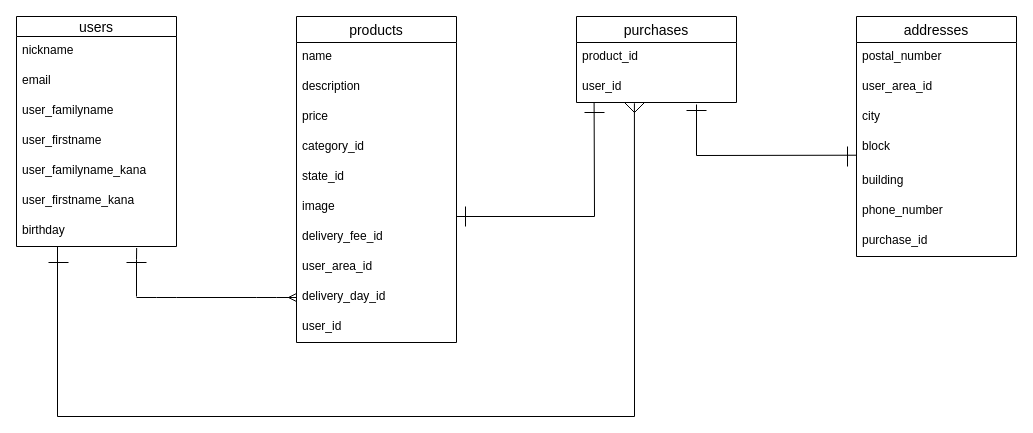
Above: furima.dio in manyomanyo/furima-35158 (draw.io), before the change. Source tidied: cells renumbered, new cells numbered last; positions are measured from the earlier drawing's top-left corner, leaving out a move shared by most shapes. Both pictures are drawn from the tidied source at 100%, with x=0, y=0 at pixel (16, 16).
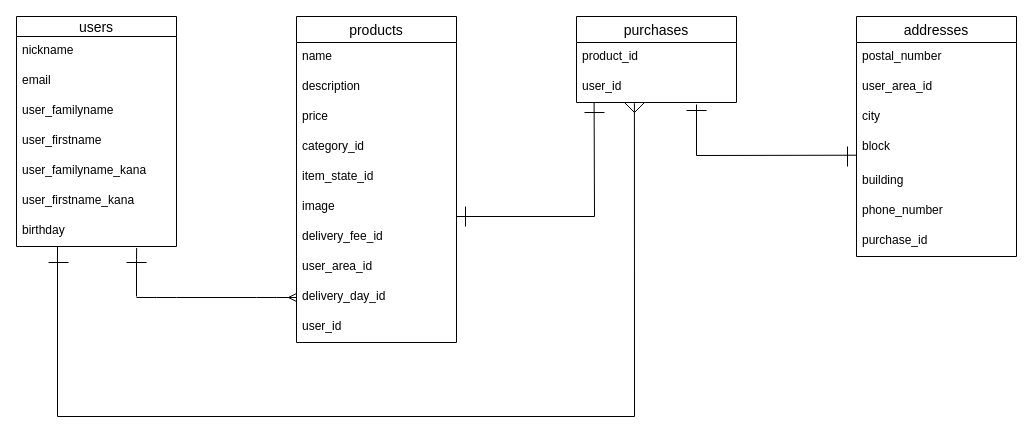
The same diagram, later.

The change refers to these unchanged cells:
```xml
<mxCell id="10" value="products" style="swimlane;fontStyle=0;horizontal=1;startSize=26;align=center;fontSize=14;" parent="1" vertex="1">
  <mxGeometry x="280" width="160" height="326" as="geometry" />
</mxCell>
```

What changed in the source:
```diff
@@
-    <mxCell id="15" value="state_id" style="text;strokeColor=none;fillColor=none;spacingLeft=4;spacingRight=4;overflow=hidden;fontSize=12;" parent="10" vertex="1">
+    <mxCell id="15" value="item_state_id" style="text;strokeColor=none;fillColor=none;spacingLeft=4;spacingRight=4;overflow=hidden;fontSize=12;" parent="10" vertex="1">
       <mxGeometry y="146" width="160" height="30" as="geometry" />
     </mxCell>
```
